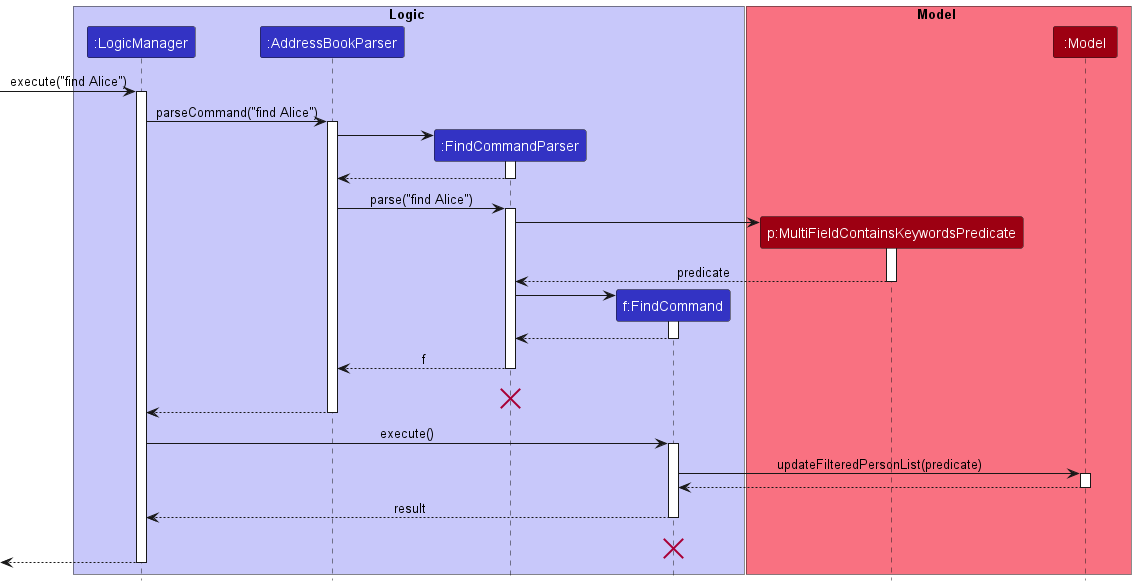
This is docs/images/FindSequenceDiagram.png from nus-cs2103-AY2223S2/tp, a PlantUML export, as it was before one commit.
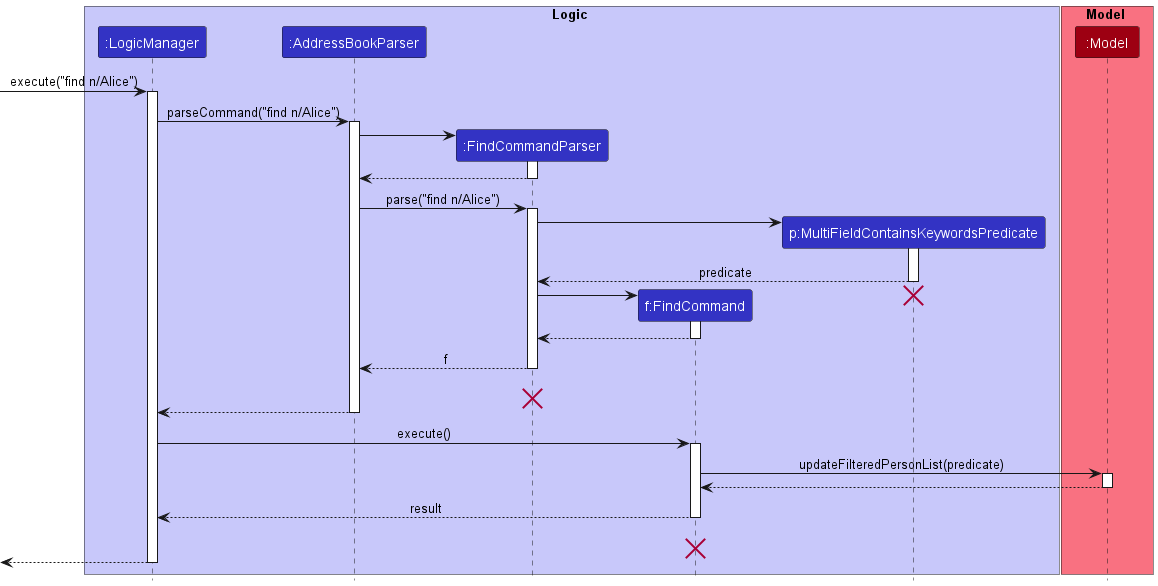
The same file after the commit.

Commit message:
Update sequence diagrams up to undo redo

Diff of the diagram source:
```diff
@@ -6,16 +6,16 @@
 participant ":AddressBookParser" as AddressBookParser LOGIC_COLOR
 participant ":FindCommandParser" as FindCommandParser LOGIC_COLOR
 participant "f:FindCommand" as FindCommand LOGIC_COLOR
+participant  "p:MultiFieldContainsKeywordsPredicate" as Predicate LOGIC_COLOR
 end box
 
 box Model MODEL_COLOR_T1
-participant "p:MultiFieldContainsKeywordsPredicate" as Predicate MODEL_COLOR
 participant ":Model" as Model MODEL_COLOR
 end box
-[-> LogicManager : execute("find Alice")
+[-> LogicManager : execute("find n/Alice")
 activate LogicManager
 
-LogicManager -> AddressBookParser : parseCommand("find Alice")
+LogicManager -> AddressBookParser : parseCommand("find n/Alice")
 activate AddressBookParser
 
 create FindCommandParser
@@ -25,7 +25,7 @@
 FindCommandParser --> AddressBookParser
 deactivate FindCommandParser
 
-AddressBookParser -> FindCommandParser : parse("find Alice")
+AddressBookParser -> FindCommandParser : parse("find n/Alice")
 activate FindCommandParser
 
 create Predicate
@@ -38,6 +38,7 @@
 create FindCommand
 FindCommandParser -> FindCommand
 activate FindCommand
+destroy Predicate
 
 FindCommand --> FindCommandParser
 deactivate FindCommand
```
